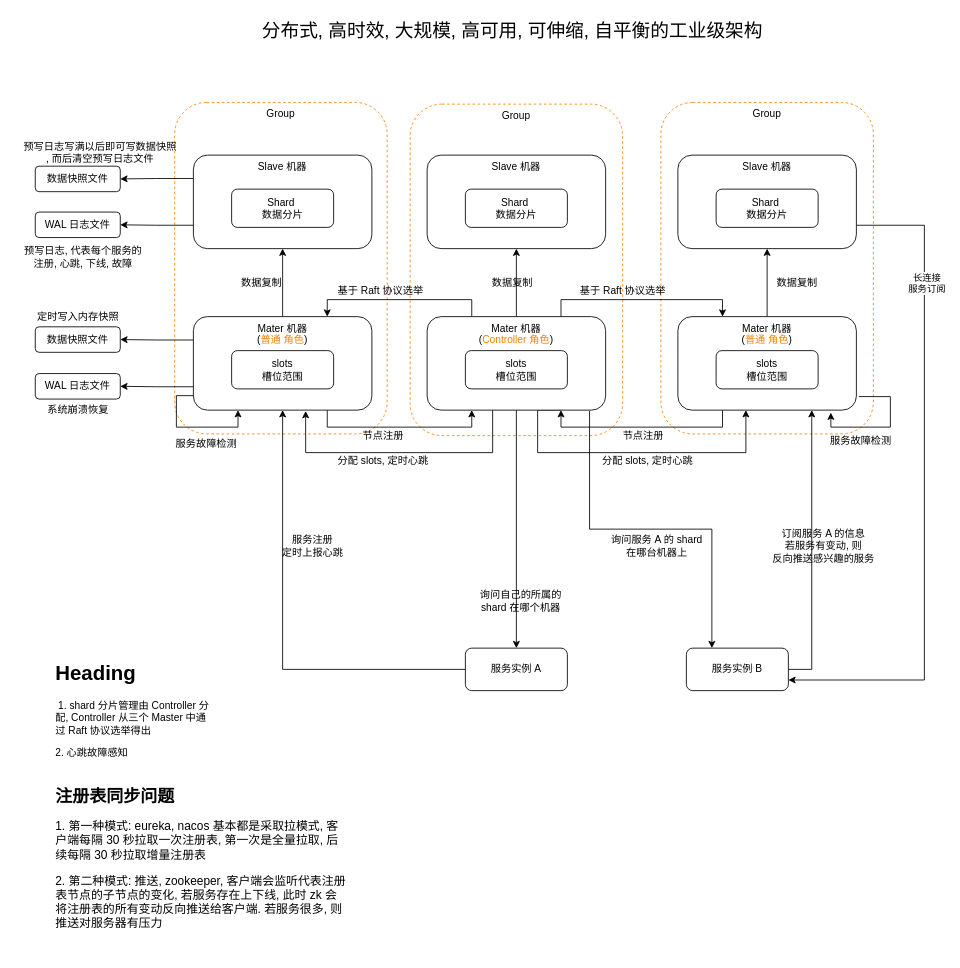
The draw.io diagram page "高性能服务注册中心架构 1.0" (1 of 3) of doc/arch.drawio in linkypi/my-registry, before the edit. Source tidied: cells renumbered, new cells numbered last; positions are measured from the earlier drawing's top-left corner, leaving out a move shared by most shapes. Both pictures are drawn from the tidied source at 85%, with x=0, y=0 at pixel (14, 19).
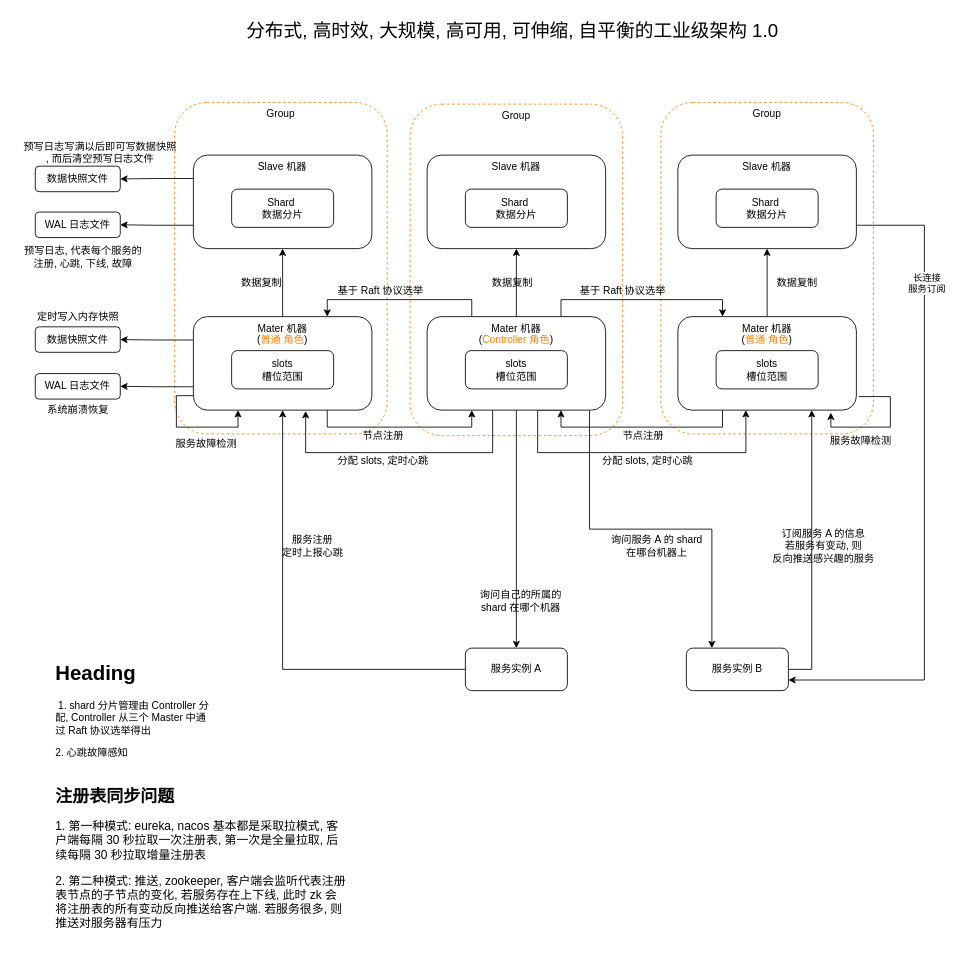
Above is the later version.

What changed in the source:
```diff
@@
-    <mxCell id="65" value="分布式, 高时效, 大规模, 高可用, 可伸缩, 自平衡的工业级架构" style="text;html=1;align=center;verticalAlign=middle;fontSize=22;" parent="1" vertex="1">
-      <mxGeometry x="285" width="600" height="30" as="geometry" />
+    <mxCell id="65" value="分布式, 高时效, 大规模, 高可用, 可伸缩, 自平衡的工业级架构 1.0" style="text;html=1;align=center;verticalAlign=middle;fontSize=22;" parent="1" vertex="1">
+      <mxGeometry x="260" y="-5" width="650" height="40" as="geometry" />
     </mxCell>
```
